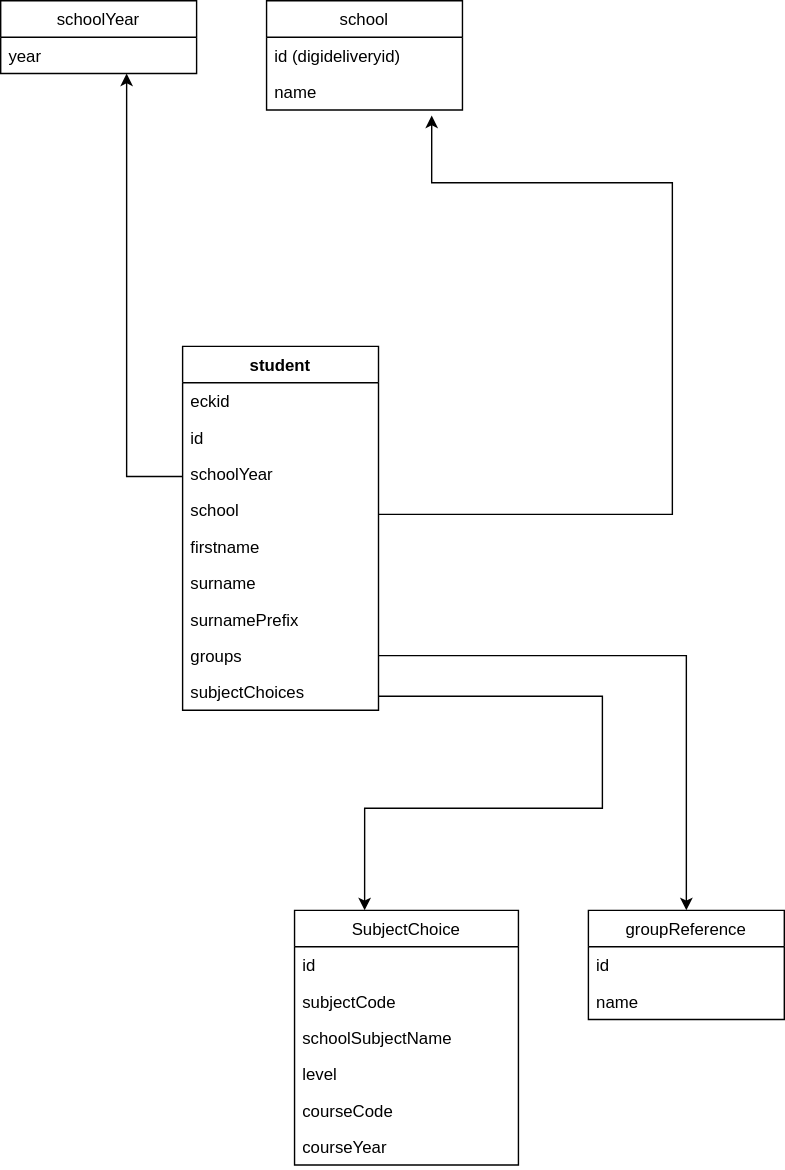
Earlier version of the draw.io export documentation/diagrams/SIS-Entity-Diagram-Student.drawio.svg (stichtingsem/ecosystem). Source tidied: cells renumbered, new cells last; positions are measured from the earlier drawing's top-left corner, leaving out a move shared by most shapes. Source of this version:
```xml
<mxGraphModel>
  <root>
    <mxCell id="0" />
    <mxCell id="1" parent="0" />
    <mxCell id="2" value="SubjectChoice" style="swimlane;fontStyle=0;horizontal=1;startSize=26;fillColor=none;" parent="1" vertex="1">
      <mxGeometry x="210" y="650" width="160" height="182" as="geometry" />
    </mxCell>
    <mxCell id="3" value="id" style="text;strokeColor=none;fillColor=none;align=left;verticalAlign=top;spacingLeft=4;spacingRight=4;overflow=hidden;" parent="2" vertex="1">
      <mxGeometry y="26" width="160" height="26" as="geometry" />
    </mxCell>
    <mxCell id="4" value="subjectCode" style="text;strokeColor=none;fillColor=none;align=left;verticalAlign=top;spacingLeft=4;spacingRight=4;overflow=hidden;" parent="2" vertex="1">
      <mxGeometry y="52" width="160" height="26" as="geometry" />
    </mxCell>
    <mxCell id="5" value="schoolSubjectName" style="text;strokeColor=none;fillColor=none;align=left;verticalAlign=top;spacingLeft=4;spacingRight=4;overflow=hidden;" parent="2" vertex="1">
      <mxGeometry y="78" width="160" height="26" as="geometry" />
    </mxCell>
    <mxCell id="6" value="level" style="text;strokeColor=none;fillColor=none;align=left;verticalAlign=top;spacingLeft=4;spacingRight=4;overflow=hidden;" parent="2" vertex="1">
      <mxGeometry y="104" width="160" height="26" as="geometry" />
    </mxCell>
    <mxCell id="7" value="courseCode" style="text;strokeColor=none;fillColor=none;align=left;verticalAlign=top;spacingLeft=4;spacingRight=4;overflow=hidden;" parent="2" vertex="1">
      <mxGeometry y="130" width="160" height="26" as="geometry" />
    </mxCell>
    <mxCell id="8" value="courseYear" style="text;strokeColor=none;fillColor=none;align=left;verticalAlign=top;spacingLeft=4;spacingRight=4;overflow=hidden;" parent="2" vertex="1">
      <mxGeometry y="156" width="160" height="26" as="geometry" />
    </mxCell>
    <mxCell id="9" value="groupReference" style="swimlane;fontStyle=0;horizontal=1;startSize=26;fillColor=none;" parent="1" vertex="1">
      <mxGeometry x="420" y="650" width="140" height="78" as="geometry" />
    </mxCell>
    <mxCell id="10" value="id" style="text;strokeColor=none;fillColor=none;align=left;verticalAlign=top;spacingLeft=4;spacingRight=4;overflow=hidden;" parent="9" vertex="1">
      <mxGeometry y="26" width="140" height="26" as="geometry" />
    </mxCell>
    <mxCell id="11" value="name" style="text;strokeColor=none;fillColor=none;align=left;verticalAlign=top;spacingLeft=4;spacingRight=4;overflow=hidden;" parent="9" vertex="1">
      <mxGeometry y="52" width="140" height="26" as="geometry" />
    </mxCell>
    <mxCell id="12" value="school" style="swimlane;fontStyle=0;horizontal=1;startSize=26;fillColor=none;" parent="1" vertex="1">
      <mxGeometry x="190" width="140" height="78" as="geometry" />
    </mxCell>
    <mxCell id="13" value="id (digideliveryid)" style="text;strokeColor=none;fillColor=none;align=left;verticalAlign=top;spacingLeft=4;spacingRight=4;overflow=hidden;" parent="12" vertex="1">
      <mxGeometry y="26" width="140" height="26" as="geometry" />
    </mxCell>
    <mxCell id="14" value="name" style="text;strokeColor=none;fillColor=none;align=left;verticalAlign=top;spacingLeft=4;spacingRight=4;overflow=hidden;points=[[0,0.5],[1,0.5]];portConstraint=eastwest;" parent="12" vertex="1">
      <mxGeometry y="52" width="140" height="26" as="geometry" />
    </mxCell>
    <mxCell id="15" value="student" style="swimlane;fontStyle=1;horizontal=1;startSize=26;fillColor=none;" parent="1" vertex="1">
      <mxGeometry x="130" y="247" width="140" height="260" as="geometry" />
    </mxCell>
    <mxCell id="16" value="eckid" style="text;strokeColor=none;fillColor=none;align=left;verticalAlign=top;spacingLeft=4;spacingRight=4;overflow=hidden;" parent="15" vertex="1">
      <mxGeometry y="26" width="140" height="26" as="geometry" />
    </mxCell>
    <mxCell id="17" value="id" style="text;strokeColor=none;fillColor=none;align=left;verticalAlign=top;spacingLeft=4;spacingRight=4;overflow=hidden;" parent="15" vertex="1">
      <mxGeometry y="52" width="140" height="26" as="geometry" />
    </mxCell>
    <mxCell id="18" value="schoolYear" style="text;strokeColor=none;fillColor=none;align=left;verticalAlign=top;spacingLeft=4;spacingRight=4;overflow=hidden;points=[[0,0.5],[1,0.5]];portConstraint=eastwest;" parent="15" vertex="1">
      <mxGeometry y="78" width="140" height="26" as="geometry" />
    </mxCell>
    <mxCell id="19" value="school" style="text;strokeColor=none;fillColor=none;align=left;verticalAlign=top;spacingLeft=4;spacingRight=4;overflow=hidden;points=[[0,0.5],[1,0.5]];portConstraint=eastwest;" parent="15" vertex="1">
      <mxGeometry y="104" width="140" height="26" as="geometry" />
    </mxCell>
    <mxCell id="20" value="firstname" style="text;strokeColor=none;fillColor=none;align=left;verticalAlign=top;spacingLeft=4;spacingRight=4;overflow=hidden;" parent="15" vertex="1">
      <mxGeometry y="130" width="140" height="26" as="geometry" />
    </mxCell>
    <mxCell id="21" value="surname" style="text;strokeColor=none;fillColor=none;align=left;verticalAlign=top;spacingLeft=4;spacingRight=4;overflow=hidden;" parent="15" vertex="1">
      <mxGeometry y="156" width="140" height="26" as="geometry" />
    </mxCell>
    <mxCell id="22" value="surnamePrefix" style="text;strokeColor=none;fillColor=none;align=left;verticalAlign=top;spacingLeft=4;spacingRight=4;overflow=hidden;" parent="15" vertex="1">
      <mxGeometry y="182" width="140" height="26" as="geometry" />
    </mxCell>
    <mxCell id="23" value="groups" style="text;strokeColor=none;fillColor=none;align=left;verticalAlign=top;spacingLeft=4;spacingRight=4;overflow=hidden;points=[[0,0.5],[1,0.5]];portConstraint=eastwest;" parent="15" vertex="1">
      <mxGeometry y="208" width="140" height="26" as="geometry" />
    </mxCell>
    <mxCell id="24" value="subjectChoices" style="text;strokeColor=none;fillColor=none;align=left;verticalAlign=top;spacingLeft=4;spacingRight=4;overflow=hidden;points=[[0,0.5],[1,0.5]];portConstraint=eastwest;" parent="15" vertex="1">
      <mxGeometry y="234" width="140" height="26" as="geometry" />
    </mxCell>
    <mxCell id="25" value="schoolYear" style="swimlane;fontStyle=0;horizontal=1;startSize=26;fillColor=none;" parent="1" vertex="1">
      <mxGeometry width="140" height="52" as="geometry" />
    </mxCell>
    <mxCell id="26" value="year" style="text;strokeColor=none;fillColor=none;align=left;verticalAlign=top;spacingLeft=4;spacingRight=4;overflow=hidden;points=[[0,0.5],[1,0.5]];portConstraint=eastwest;" parent="25" vertex="1">
      <mxGeometry y="26" width="140" height="26" as="geometry" />
    </mxCell>
    <mxCell id="27" style="edgeStyle=orthogonalEdgeStyle;rounded=0;jettySize=auto;html=1;" parent="1" edge="1" source="18" target="26">
      <mxGeometry relative="1" as="geometry">
        <Array as="points">
          <mxPoint x="90" y="340" />
        </Array>
      </mxGeometry>
    </mxCell>
    <mxCell id="28" style="edgeStyle=orthogonalEdgeStyle;rounded=0;jettySize=auto;html=1;entryX=0.313;entryY=0;entryDx=0;entryDy=0;entryPerimeter=0;" parent="1" edge="1" source="24" target="2">
      <mxGeometry relative="1" as="geometry">
        <Array as="points">
          <mxPoint x="430" y="497" />
          <mxPoint x="430" y="577" />
          <mxPoint x="260" y="577" />
        </Array>
      </mxGeometry>
    </mxCell>
    <mxCell id="29" style="edgeStyle=orthogonalEdgeStyle;rounded=0;jettySize=auto;html=1;entryX=0.843;entryY=1.154;entryDx=0;entryDy=0;entryPerimeter=0;" parent="1" edge="1" source="19" target="14">
      <mxGeometry relative="1" as="geometry">
        <Array as="points">
          <mxPoint x="480" y="367" />
          <mxPoint x="480" y="130" />
          <mxPoint x="308" y="130" />
        </Array>
      </mxGeometry>
    </mxCell>
    <mxCell id="30" style="edgeStyle=orthogonalEdgeStyle;rounded=0;jettySize=auto;html=1;" parent="1" edge="1" source="23" target="9">
      <mxGeometry relative="1" as="geometry" />
    </mxCell>
  </root>
</mxGraphModel>
```
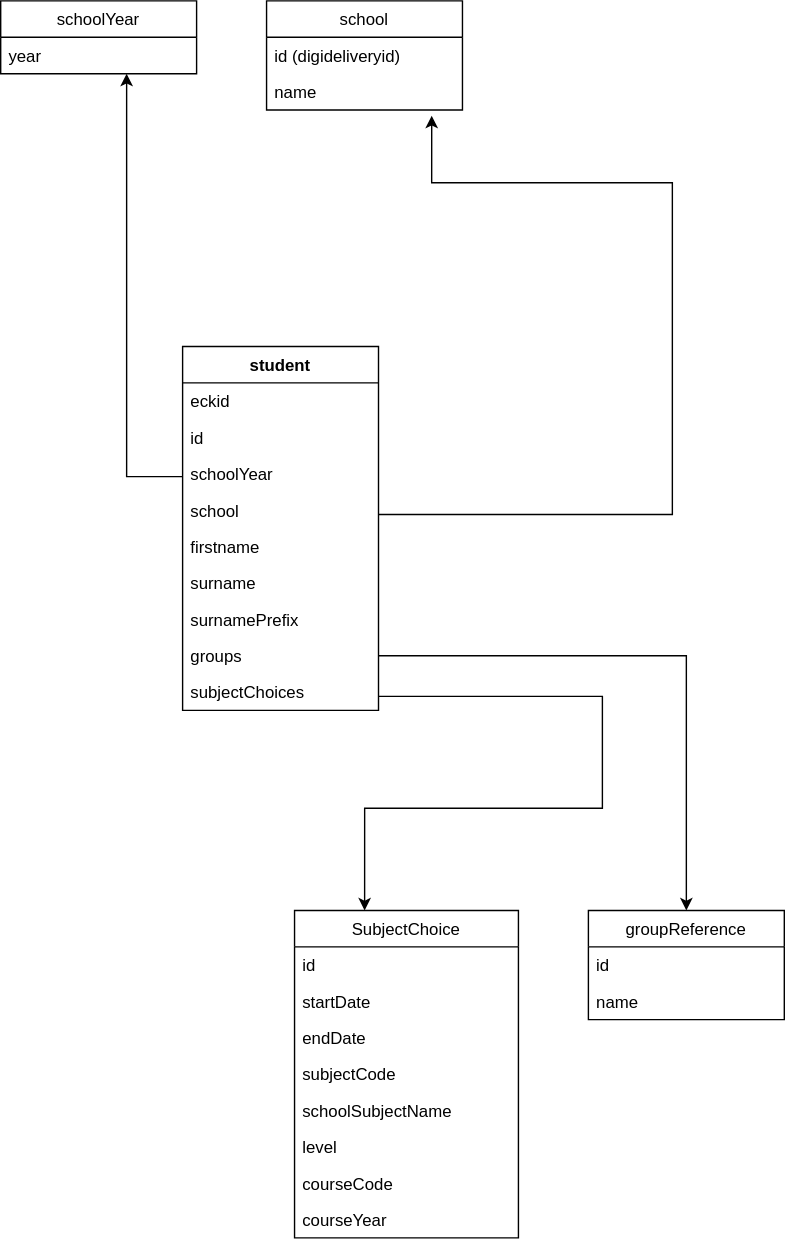
Above is the later version.

Commit message:
Add start/stop, fix diagrams

What changed in the source:
```diff
@@ -3,25 +3,31 @@
     <mxCell id="0" />
     <mxCell id="1" parent="0" />
     <mxCell id="2" value="SubjectChoice" style="swimlane;fontStyle=0;horizontal=1;startSize=26;fillColor=none;" parent="1" vertex="1">
-      <mxGeometry x="210" y="650" width="160" height="182" as="geometry" />
+      <mxGeometry x="210" y="650" width="160" height="234" as="geometry" />
     </mxCell>
+    <mxCell id="31" value="id" style="text;strokeColor=none;fillColor=none;align=left;verticalAlign=top;spacingLeft=4;spacingRight=4;overflow=hidden;" parent="2" vertex="1">
+      <mxGeometry y="26" width="160" height="26" as="geometry" />
+    </mxCell>
+    <mxCell id="32" value="startDate" style="text;strokeColor=none;fillColor=none;align=left;verticalAlign=top;spacingLeft=4;spacingRight=4;overflow=hidden;" parent="2" vertex="1">
+      <mxGeometry y="52" width="160" height="26" as="geometry" />
+    </mxCell>
-    <mxCell id="3" value="id" style="text;strokeColor=none;fillColor=none;align=left;verticalAlign=top;spacingLeft=4;spacingRight=4;overflow=hidden;" parent="2" vertex="1">
-      <mxGeometry y="26" width="160" height="26" as="geometry" />
+    <mxCell id="3" value="endDate" style="text;strokeColor=none;fillColor=none;align=left;verticalAlign=top;spacingLeft=4;spacingRight=4;overflow=hidden;" parent="2" vertex="1">
+      <mxGeometry y="78" width="160" height="26" as="geometry" />
     </mxCell>
     <mxCell id="4" value="subjectCode" style="text;strokeColor=none;fillColor=none;align=left;verticalAlign=top;spacingLeft=4;spacingRight=4;overflow=hidden;" parent="2" vertex="1">
-      <mxGeometry y="52" width="160" height="26" as="geometry" />
+      <mxGeometry y="104" width="160" height="26" as="geometry" />
     </mxCell>
     <mxCell id="5" value="schoolSubjectName" style="text;strokeColor=none;fillColor=none;align=left;verticalAlign=top;spacingLeft=4;spacingRight=4;overflow=hidden;" parent="2" vertex="1">
-      <mxGeometry y="78" width="160" height="26" as="geometry" />
+      <mxGeometry y="130" width="160" height="26" as="geometry" />
     </mxCell>
     <mxCell id="6" value="level" style="text;strokeColor=none;fillColor=none;align=left;verticalAlign=top;spacingLeft=4;spacingRight=4;overflow=hidden;" parent="2" vertex="1">
-      <mxGeometry y="104" width="160" height="26" as="geometry" />
+      <mxGeometry y="156" width="160" height="26" as="geometry" />
     </mxCell>
     <mxCell id="7" value="courseCode" style="text;strokeColor=none;fillColor=none;align=left;verticalAlign=top;spacingLeft=4;spacingRight=4;overflow=hidden;" parent="2" vertex="1">
-      <mxGeometry y="130" width="160" height="26" as="geometry" />
+      <mxGeometry y="182" width="160" height="26" as="geometry" />
     </mxCell>
     <mxCell id="8" value="courseYear" style="text;strokeColor=none;fillColor=none;align=left;verticalAlign=top;spacingLeft=4;spacingRight=4;overflow=hidden;" parent="2" vertex="1">
-      <mxGeometry y="156" width="160" height="26" as="geometry" />
+      <mxGeometry y="208" width="160" height="26" as="geometry" />
     </mxCell>
     <mxCell id="9" value="groupReference" style="swimlane;fontStyle=0;horizontal=1;startSize=26;fillColor=none;" parent="1" vertex="1">
       <mxGeometry x="420" y="650" width="140" height="78" as="geometry" />
```
